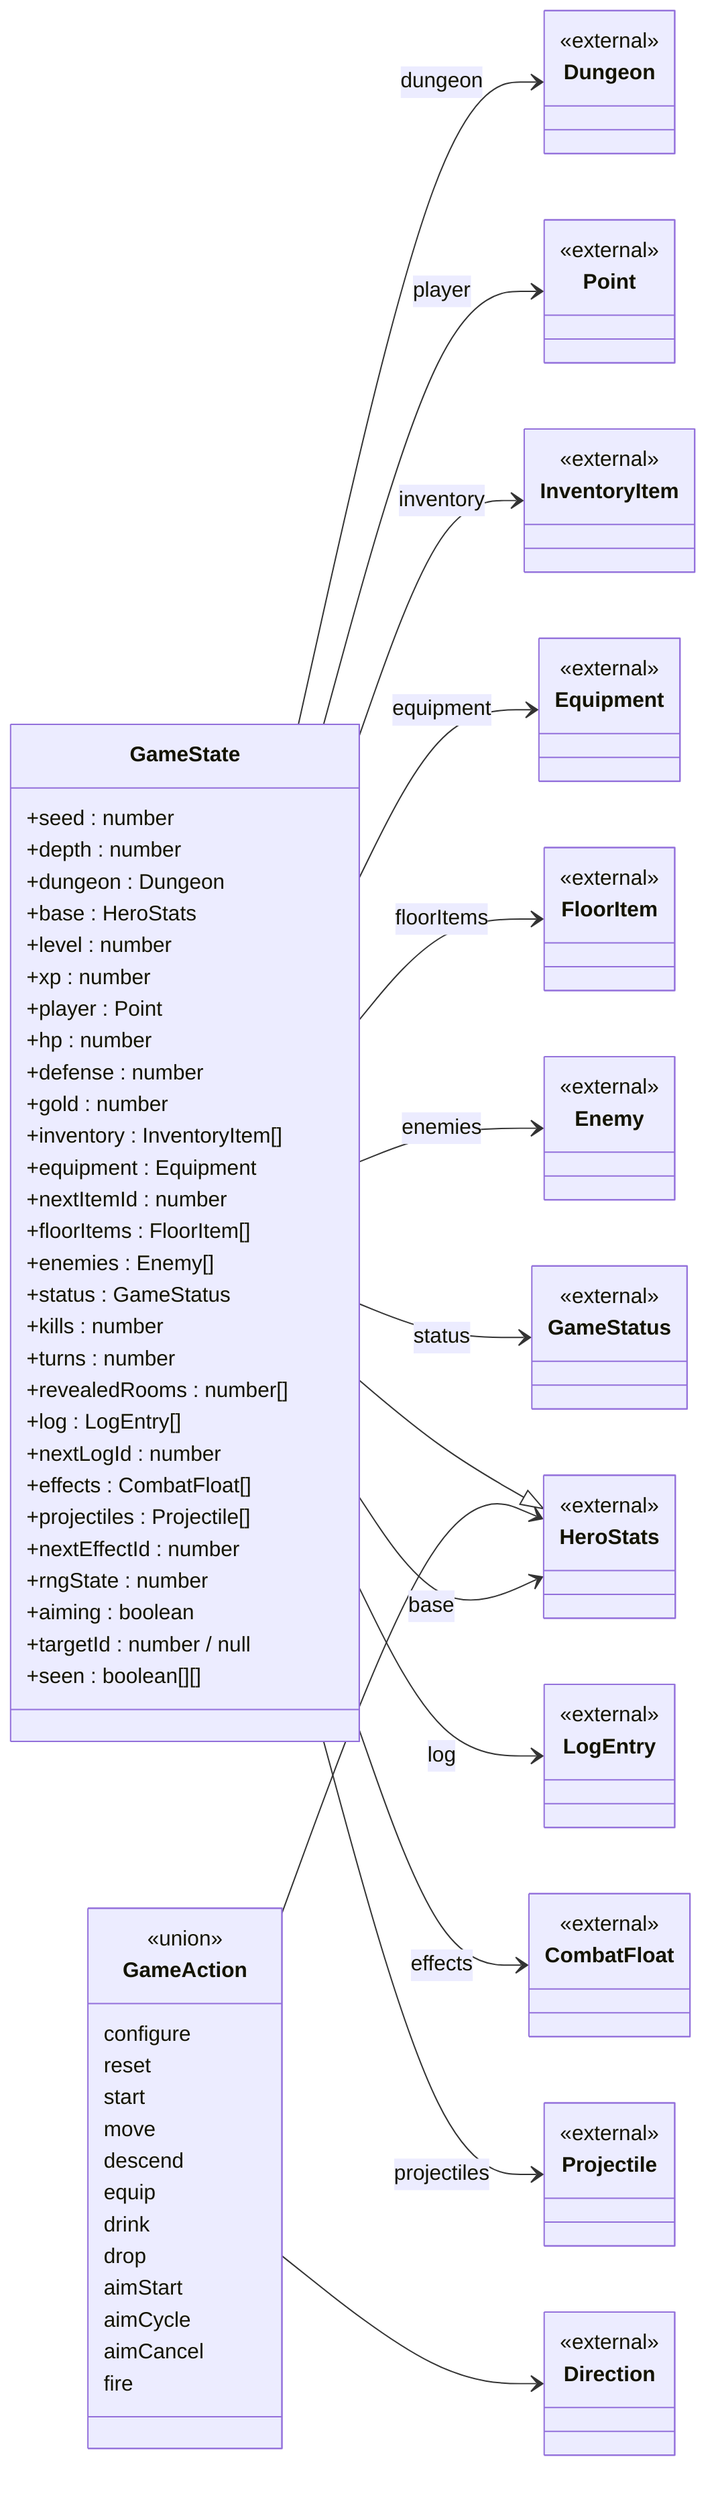
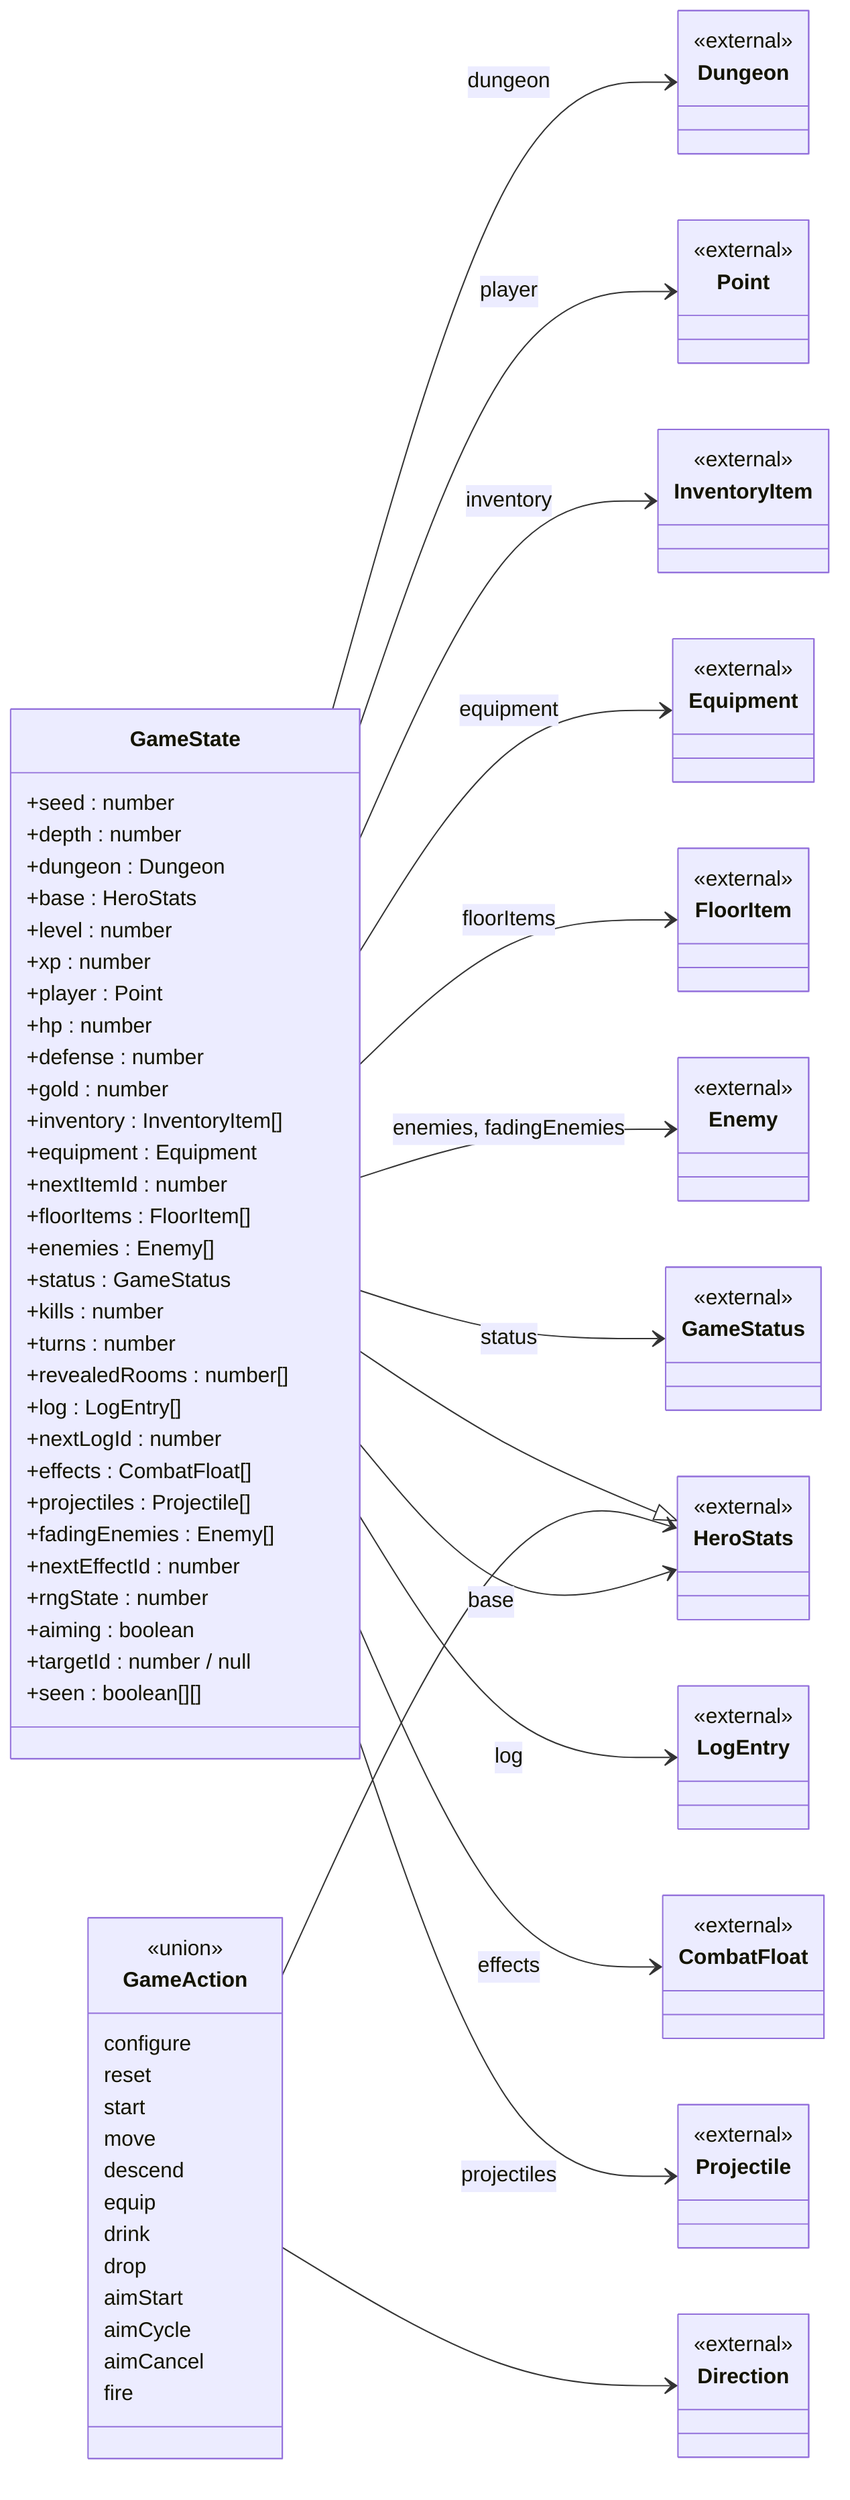
classDiagram
  direction LR
  class GameState {
    +seed : number
    +depth : number
    +dungeon : Dungeon
    +base : HeroStats
    +level : number
    +xp : number
    +player : Point
    +hp : number
    +defense : number
    +gold : number
    +inventory : InventoryItem[]
    +equipment : Equipment
    +nextItemId : number
    +floorItems : FloorItem[]
    +enemies : Enemy[]
    +status : GameStatus
    +kills : number
    +turns : number
    +revealedRooms : number[]
    +log : LogEntry[]
    +nextLogId : number
    +effects : CombatFloat[]
    +projectiles : Projectile[]
+     +fadingEnemies : Enemy[]
    +nextEffectId : number
    +rngState : number
    +aiming : boolean
    +targetId : number / null
    +seen : boolean[][]
  }
  class GameAction {
    <<union>>
    configure
    reset
    start
    move
    descend
    equip
    drink
    drop
    aimStart
    aimCycle
    aimCancel
    fire
  }
  class HeroStats {
    <<external>>
  }
  class Dungeon {
    <<external>>
  }
  class Point {
    <<external>>
  }
  class InventoryItem {
    <<external>>
  }
  class Equipment {
    <<external>>
  }
  class FloorItem {
    <<external>>
  }
  class Enemy {
    <<external>>
  }
  class GameStatus {
    <<external>>
  }
  class LogEntry {
    <<external>>
  }
  class CombatFloat {
    <<external>>
  }
  class Projectile {
    <<external>>
  }
  class Direction {
    <<external>>
  }
  HeroStats <|-- GameState
  GameState --> Dungeon : dungeon
  GameState --> HeroStats : base
  GameState --> Point : player
  GameState --> InventoryItem : inventory
  GameState --> Equipment : equipment
  GameState --> FloorItem : floorItems
-   GameState --> Enemy : enemies
+   GameState --> Enemy : enemies, fadingEnemies
  GameState --> GameStatus : status
  GameState --> LogEntry : log
  GameState --> CombatFloat : effects
  GameState --> Projectile : projectiles
  GameAction --> HeroStats
  GameAction --> Direction
